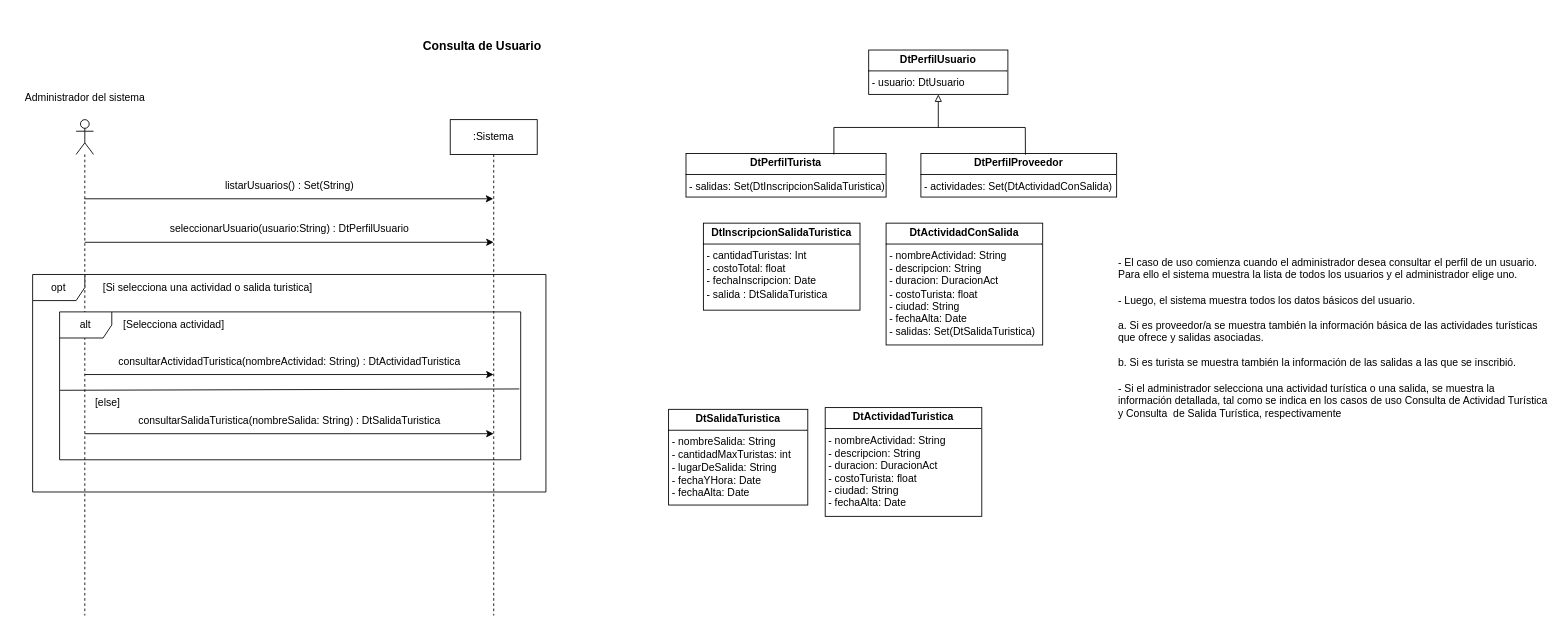
Before: page "CU2_ConsultaUsuario" (3 of 11) of resources/Tarea1.drawio in rofernandezm/Tencnoinf_Pap2025_Tarea1, a draw.io diagram. Source tidied: cells renumbered, new cells numbered last; positions are measured from the earlier drawing's top-left corner, leaving out a move shared by most shapes. Both pictures are drawn from the tidied source at 87%, with x=0, y=0 at pixel (15, 32).
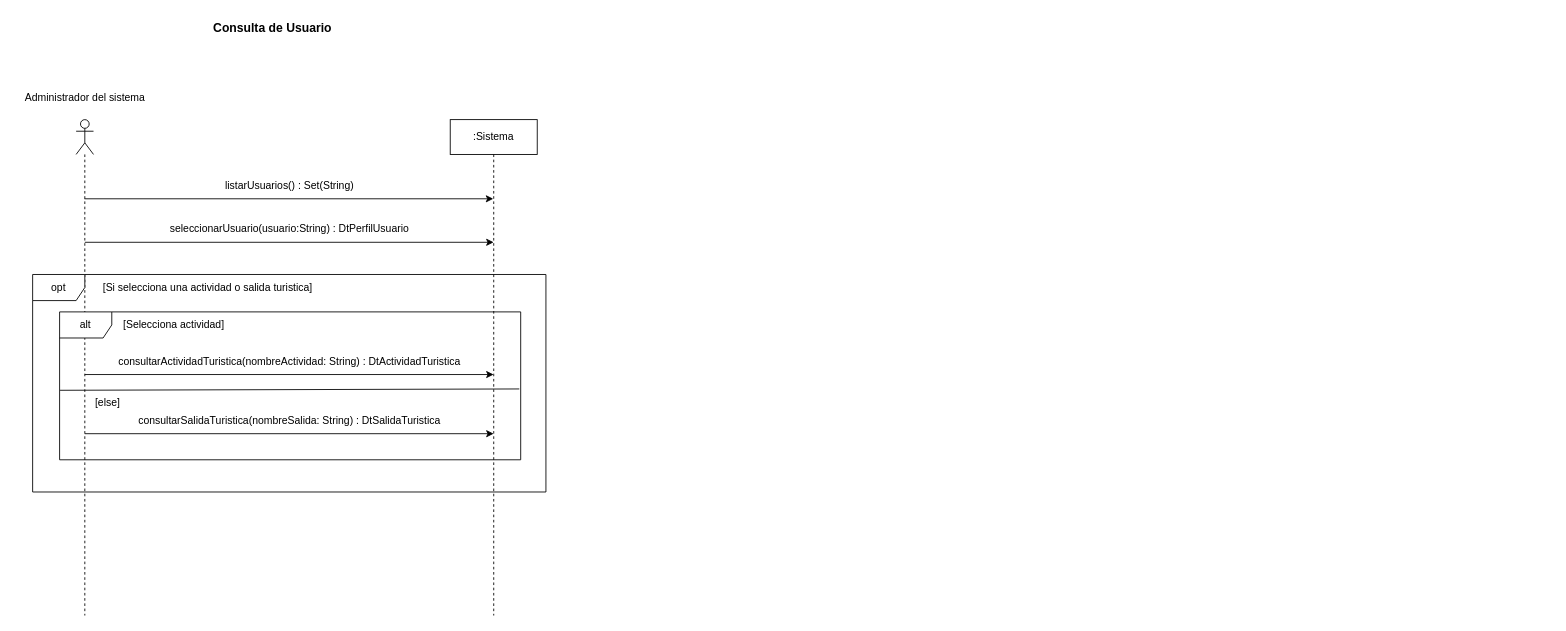
The same diagram, later.

Commit message (it also covers changes not shown here):
CU3_Modificar Datos de Usuario

The edit, as a diff of the source:
```diff
@@
     <mxCell id="5" value="Consulta de Usuario" style="text;html=1;align=center;verticalAlign=middle;whiteSpace=wrap;rounded=0;fontStyle=1;fontSize=14;" parent="1" vertex="1">
-      <mxGeometry x="452" width="170" height="30" as="geometry" />
+      <mxGeometry x="211" y="-20" width="170" height="30" as="geometry" />
     </mxCell>
-    <mxCell id="6" value="&lt;p style=&quot;margin:0px;margin-top:4px;text-align:center;&quot;&gt;&lt;b&gt;DtPerfilUsuario&lt;/b&gt;&lt;/p&gt;&lt;hr size=&quot;1&quot; style=&quot;border-style:solid;&quot;&gt;&lt;p style=&quot;margin:0px;margin-left:4px;&quot;&gt;- usuario: DtUsuario&lt;/p&gt;" style="verticalAlign=top;align=left;overflow=fill;html=1;whiteSpace=wrap;" parent="1" vertex="1">
-      <mxGeometry x="981" y="20" width="160" height="51" as="geometry" />
-    </mxCell>
-    <mxCell id="7" value="&lt;p style=&quot;margin:0px;margin-top:4px;text-align:center;&quot;&gt;&lt;b&gt;DtPerfilTurista&lt;/b&gt;&lt;/p&gt;&lt;hr size=&quot;1&quot; style=&quot;border-style:solid;&quot;&gt;&lt;p style=&quot;margin:0px;margin-left:4px;&quot;&gt;- salidas: Set(DtInscripcionSalidaTuristica)&lt;/p&gt;" style="verticalAlign=top;align=left;overflow=fill;html=1;whiteSpace=wrap;" parent="1" vertex="1">
-      <mxGeometry x="771" y="139" width="230" height="50" as="geometry" />
-    </mxCell>
-    <mxCell id="8" value="&lt;p style=&quot;margin:0px;margin-top:4px;text-align:center;&quot;&gt;&lt;b&gt;DtPerfilProveedor&lt;/b&gt;&lt;/p&gt;&lt;hr size=&quot;1&quot; style=&quot;border-style:solid;&quot;&gt;&lt;p style=&quot;margin:0px;margin-left:4px;&quot;&gt;- actividades: Set(DtActividadConSalida)&lt;/p&gt;" style="verticalAlign=top;align=left;overflow=fill;html=1;whiteSpace=wrap;" parent="1" vertex="1">
-      <mxGeometry x="1041" y="139" width="225" height="50" as="geometry" />
-    </mxCell>
-    <mxCell id="9" style="endArrow=none;html=1;rounded=0;entryX=0.534;entryY=0.024;entryDx=0;entryDy=0;entryPerimeter=0;" parent="1" edge="1" target="8">
-      <mxGeometry relative="1" as="geometry">
-        <mxPoint x="941" y="140" as="sourcePoint" />
-        <Array as="points">
-          <mxPoint x="941" y="109" />
-          <mxPoint x="1161" y="109" />
-        </Array>
-      </mxGeometry>
-    </mxCell>
-    <mxCell id="10" style="endArrow=block;html=1;rounded=0;entryX=0.5;entryY=1;entryDx=0;entryDy=0;endFill=0;" parent="1" edge="1" target="6">
-      <mxGeometry relative="1" as="geometry">
-        <mxPoint x="1061" y="109" as="sourcePoint" />
-      </mxGeometry>
-    </mxCell>
@@
-    <mxCell id="15" value="&lt;p style=&quot;margin:0px;margin-top:4px;text-align:center;&quot;&gt;&lt;b&gt;DtInscripcionSalidaTuristica&lt;/b&gt;&lt;/p&gt;&lt;hr size=&quot;1&quot; style=&quot;border-style:solid;&quot;&gt;&lt;p style=&quot;margin: 0px 0px 0px 4px;&quot;&gt;- cantidadTuristas: Int&lt;/p&gt;&lt;p style=&quot;margin: 0px 0px 0px 4px;&quot;&gt;- costoTotal: float&lt;/p&gt;&lt;p style=&quot;margin: 0px 0px 0px 4px;&quot;&gt;- fechaInscripcion: Date&lt;/p&gt;&lt;p style=&quot;margin: 0px 0px 0px 4px;&quot;&gt;- salida : DtSalidaTuristica&lt;/p&gt;" style="verticalAlign=top;align=left;overflow=fill;html=1;whiteSpace=wrap;" parent="1" vertex="1">
-      <mxGeometry x="791" y="219" width="180" height="100" as="geometry" />
-    </mxCell>
-    <mxCell id="16" value="&lt;p style=&quot;margin:0px;margin-top:4px;text-align:center;&quot;&gt;&lt;b&gt;DtActividadConSalida&lt;/b&gt;&lt;/p&gt;&lt;hr size=&quot;1&quot; style=&quot;border-style:solid;&quot;&gt;&lt;p style=&quot;margin:0px;margin-left:4px;&quot;&gt;- nombreActividad: String&lt;/p&gt;&lt;p style=&quot;margin:0px;margin-left:4px;&quot;&gt;- descripcion: String&lt;/p&gt;&lt;p style=&quot;margin:0px;margin-left:4px;&quot;&gt;- duracion: DuracionAct&lt;/p&gt;&lt;p style=&quot;margin:0px;margin-left:4px;&quot;&gt;- costoTurista: float&lt;/p&gt;&lt;p style=&quot;margin:0px;margin-left:4px;&quot;&gt;- ciudad: String&lt;/p&gt;&lt;p style=&quot;margin:0px;margin-left:4px;&quot;&gt;- fechaAlta: Date&lt;/p&gt;&lt;p style=&quot;margin:0px;margin-left:4px;&quot;&gt;- salidas: Set(DtSalidaTuristica)&lt;/p&gt;" style="verticalAlign=top;align=left;overflow=fill;html=1;whiteSpace=wrap;" parent="1" vertex="1">
-      <mxGeometry x="1001" y="219" width="180" height="140" as="geometry" />
-    </mxCell>
-    <mxCell id="17" value="- El caso de uso comienza cuando el administrador desea consultar el perfil de un usuario. Para ello el sistema muestra la lista de todos los usuarios y el administrador elige uno. &#10;&#10;- Luego, el sistema muestra todos los datos básicos del usuario. &#10;&#10;a. Si es proveedor/a se muestra también la información básica de las actividades turísticas que ofrece y salidas asociadas. &#10;&#10;b. Si es turista se muestra también la información de las salidas a las que se inscribió. &#10;&#10;- Si el administrador selecciona una actividad turística o una salida, se muestra la información detallada, tal como se indica en los casos de uso Consulta de Actividad Turística y Consulta  de Salida Turística, respectivamente" style="text;whiteSpace=wrap;" parent="1" vertex="1">
-      <mxGeometry x="1266" y="251" width="500" height="210" as="geometry" />
-    </mxCell>
@@
-    <mxCell id="28" value="&lt;p style=&quot;margin:0px;margin-top:4px;text-align:center;&quot;&gt;&lt;b&gt;DtSalidaTuristica&lt;/b&gt;&lt;/p&gt;&lt;hr size=&quot;1&quot; style=&quot;border-style:solid;&quot;&gt;&lt;p style=&quot;margin:0px;margin-left:4px;&quot;&gt;- nombreSalida: String&lt;/p&gt;&lt;p style=&quot;margin:0px;margin-left:4px;&quot;&gt;- cantidadMaxTuristas: int&lt;/p&gt;&lt;p style=&quot;margin:0px;margin-left:4px;&quot;&gt;- lugarDeSalida: String&lt;/p&gt;&lt;p style=&quot;margin:0px;margin-left:4px;&quot;&gt;- fechaYHora: Date&lt;/p&gt;&lt;p style=&quot;margin:0px;margin-left:4px;&quot;&gt;- fechaAlta: Date&lt;/p&gt;" style="verticalAlign=top;align=left;overflow=fill;html=1;whiteSpace=wrap;" parent="1" vertex="1">
-      <mxGeometry x="751" y="433" width="160" height="110" as="geometry" />
-    </mxCell>
-    <mxCell id="29" value="&lt;p style=&quot;margin:0px;margin-top:4px;text-align:center;&quot;&gt;&lt;b&gt;DtActividadTuristica&lt;/b&gt;&lt;/p&gt;&lt;hr size=&quot;1&quot; style=&quot;border-style:solid;&quot;&gt;&lt;p style=&quot;margin:0px;margin-left:4px;&quot;&gt;- nombreActividad: String&lt;/p&gt;&lt;p style=&quot;margin:0px;margin-left:4px;&quot;&gt;- descripcion: String&lt;/p&gt;&lt;p style=&quot;margin:0px;margin-left:4px;&quot;&gt;- duracion: DuracionAct&lt;/p&gt;&lt;p style=&quot;margin:0px;margin-left:4px;&quot;&gt;- costoTurista: float&lt;/p&gt;&lt;p style=&quot;margin:0px;margin-left:4px;&quot;&gt;- ciudad: String&lt;/p&gt;&lt;p style=&quot;margin:0px;margin-left:4px;&quot;&gt;- fechaAlta: Date&lt;/p&gt;" style="verticalAlign=top;align=left;overflow=fill;html=1;whiteSpace=wrap;" parent="1" vertex="1">
-      <mxGeometry x="931" y="431" width="180" height="125" as="geometry" />
-    </mxCell>
```
